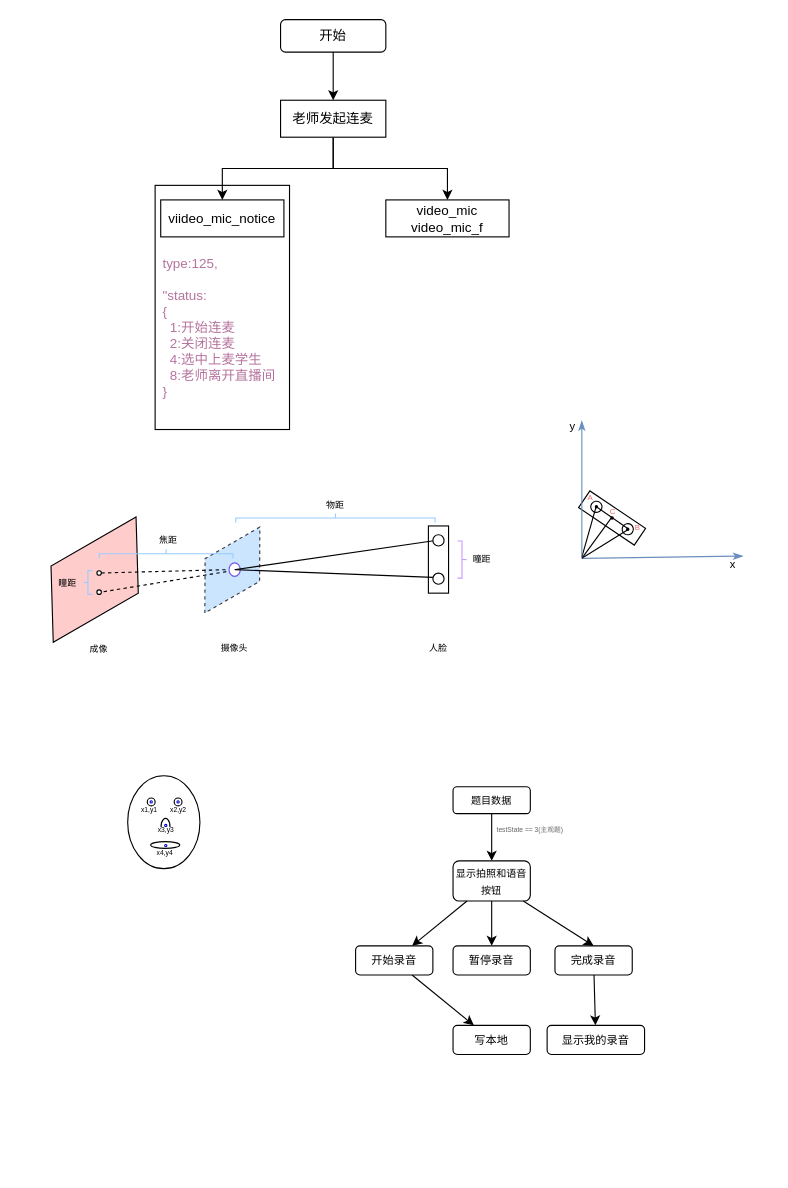
This is 未命名绘图.drawio from dlztal/drawio, a draw.io file, before an edit. Source tidied: cells renumbered, new cells numbered last; positions are measured from the earlier drawing's top-left corner, leaving out a move shared by most shapes. Both pictures are drawn from the tidied source at 112%, with x=0, y=0 at pixel (27, 19).
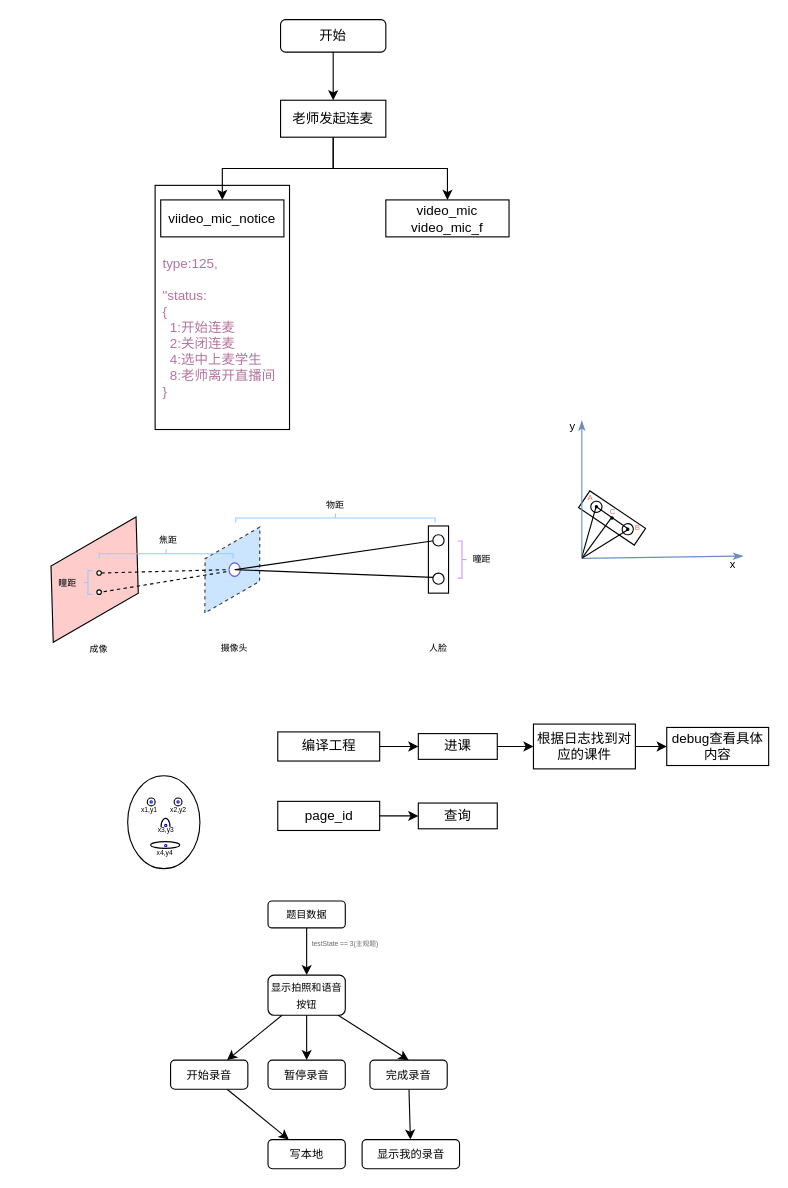
The same page after the edit.

Commit message:
未命名绘图.drawio

Change to the diagram source:
```diff
@@
     <mxCell id="48" value="&lt;font style=&quot;font-size: 9px;&quot;&gt;题目数据&lt;/font&gt;" style="rounded=1;whiteSpace=wrap;html=1;" parent="1" vertex="1">
-      <mxGeometry x="380" y="685" width="69" height="24" as="geometry" />
+      <mxGeometry x="214.8" y="787" width="69" height="24" as="geometry" />
     </mxCell>
@@
     <mxCell id="50" value="&lt;font style=&quot;font-size: 9px;&quot;&gt;显示拍照和语音按钮&lt;/font&gt;" style="rounded=1;whiteSpace=wrap;html=1;" parent="1" vertex="1">
-      <mxGeometry x="380" y="751.1" width="69" height="35.9" as="geometry" />
+      <mxGeometry x="214.8" y="853.1" width="69" height="35.9" as="geometry" />
     </mxCell>
     <mxCell id="51" value="&lt;font color=&quot;#666666&quot; style=&quot;font-size: 6px;&quot;&gt;testState == 3(主观题)&lt;/font&gt;" style="text;html=1;strokeColor=none;fillColor=none;align=center;verticalAlign=middle;whiteSpace=wrap;rounded=0;" parent="1" vertex="1">
-      <mxGeometry x="402" y="707.1" width="94" height="30" as="geometry" />
+      <mxGeometry x="236.8" y="809.1" width="94" height="30" as="geometry" />
     </mxCell>
@@
     <mxCell id="53" value="&lt;font size=&quot;1&quot;&gt;开始录音&lt;/font&gt;" style="rounded=1;whiteSpace=wrap;html=1;" parent="1" vertex="1">
-      <mxGeometry x="293" y="827" width="69" height="26" as="geometry" />
+      <mxGeometry x="127.8" y="929" width="69" height="26" as="geometry" />
     </mxCell>
     <mxCell id="54" value="&lt;font size=&quot;1&quot;&gt;暂停录音&lt;/font&gt;" style="rounded=1;whiteSpace=wrap;html=1;" parent="1" vertex="1">
-      <mxGeometry x="380" y="827" width="69" height="26" as="geometry" />
+      <mxGeometry x="214.8" y="929" width="69" height="26" as="geometry" />
     </mxCell>
@@
     <mxCell id="56" value="&lt;font size=&quot;1&quot;&gt;完成录音&lt;/font&gt;" style="rounded=1;whiteSpace=wrap;html=1;" parent="1" vertex="1">
-      <mxGeometry x="471" y="827" width="69" height="26" as="geometry" />
+      <mxGeometry x="305.8" y="929" width="69" height="26" as="geometry" />
     </mxCell>
     <mxCell id="57" value="&lt;font size=&quot;1&quot;&gt;写本地&lt;/font&gt;" style="rounded=1;whiteSpace=wrap;html=1;" parent="1" vertex="1">
-      <mxGeometry x="380" y="898" width="69" height="26" as="geometry" />
+      <mxGeometry x="214.8" y="1000" width="69" height="26" as="geometry" />
     </mxCell>
@@
     <mxCell id="60" value="&lt;font size=&quot;1&quot;&gt;显示我的录音&lt;/font&gt;" style="rounded=1;whiteSpace=wrap;html=1;" parent="1" vertex="1">
-      <mxGeometry x="464" y="898" width="87" height="26" as="geometry" />
+      <mxGeometry x="298.8" y="1000" width="87" height="26" as="geometry" />
     </mxCell>
@@
+    <mxCell id="80" style="edgeStyle=orthogonalEdgeStyle;rounded=0;jettySize=auto;html=1;" parent="1" edge="1" source="81" target="83">
+      <mxGeometry relative="1" as="geometry" />
+    </mxCell>
+    <mxCell id="81" value="编译工程" style="rounded=0;whiteSpace=wrap;html=1;" parent="1" vertex="1">
+      <mxGeometry x="223.5" y="636" width="91" height="26" as="geometry" />
+    </mxCell>
+    <mxCell id="82" style="edgeStyle=orthogonalEdgeStyle;rounded=0;jettySize=auto;html=1;" parent="1" edge="1" source="83" target="85">
+      <mxGeometry relative="1" as="geometry" />
+    </mxCell>
+    <mxCell id="83" value="进课" style="rounded=0;whiteSpace=wrap;html=1;" parent="1" vertex="1">
+      <mxGeometry x="349" y="637.5" width="70.5" height="23" as="geometry" />
+    </mxCell>
+    <mxCell id="84" style="edgeStyle=orthogonalEdgeStyle;rounded=0;jettySize=auto;html=1;" parent="1" edge="1" source="85" target="86">
+      <mxGeometry relative="1" as="geometry" />
+    </mxCell>
+    <mxCell id="85" value="根据日志找到对应的课件" style="rounded=0;whiteSpace=wrap;html=1;" parent="1" vertex="1">
+      <mxGeometry x="451.8" y="629" width="91" height="40" as="geometry" />
+    </mxCell>
+    <mxCell id="86" value="debug查看具体内容" style="rounded=0;whiteSpace=wrap;html=1;" parent="1" vertex="1">
+      <mxGeometry x="570.8" y="632" width="91" height="34" as="geometry" />
+    </mxCell>
+    <mxCell id="87" style="edgeStyle=orthogonalEdgeStyle;rounded=0;jettySize=auto;html=1;" parent="1" edge="1" source="88" target="89">
+      <mxGeometry relative="1" as="geometry" />
+    </mxCell>
+    <mxCell id="88" value="page_id" style="rounded=0;whiteSpace=wrap;html=1;" parent="1" vertex="1">
+      <mxGeometry x="223.5" y="698" width="91" height="26" as="geometry" />
+    </mxCell>
+    <mxCell id="89" value="查询" style="rounded=0;whiteSpace=wrap;html=1;" parent="1" vertex="1">
+      <mxGeometry x="349" y="699.5" width="70.5" height="23" as="geometry" />
+    </mxCell>
```
